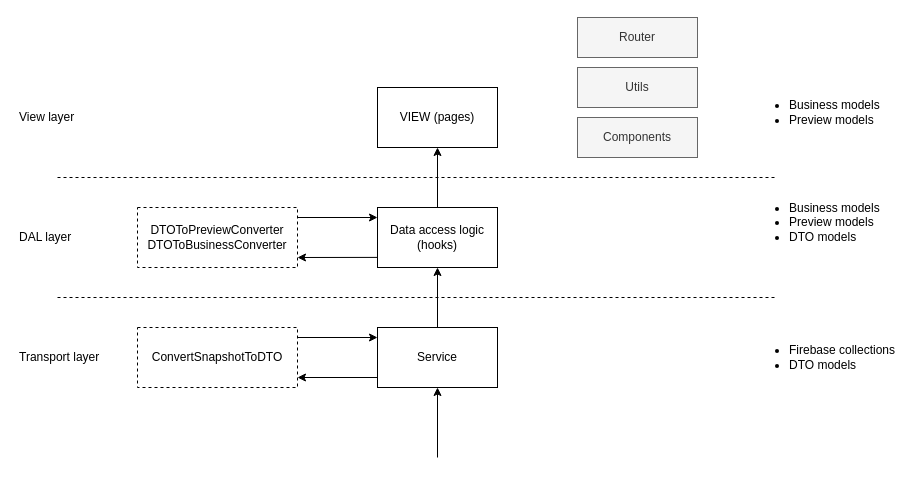
This is docs/architecture.drawio from tritonJS826/masters-way, a draw.io file, before an edit. Source tidied: cells renumbered, new cells numbered last; positions are measured from the earlier drawing's top-left corner, leaving out a move shared by most shapes. Both pictures are drawn from the tidied source at 100%, with x=0, y=0 at pixel (17, 17).
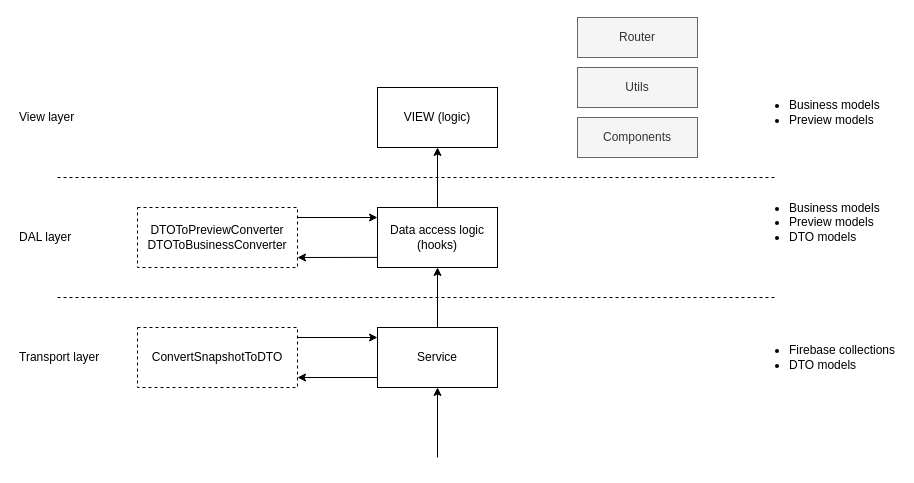
The same page after the edit.

What changed in the source:
```diff
@@
-    <mxCell id="6" value="VIEW (pages)" style="html=1;whiteSpace=wrap;" parent="1" vertex="1">
+    <mxCell id="6" value="VIEW (logic)" style="html=1;whiteSpace=wrap;" parent="1" vertex="1">
       <mxGeometry x="360" y="70" width="120" height="60" as="geometry" />
     </mxCell>
```
